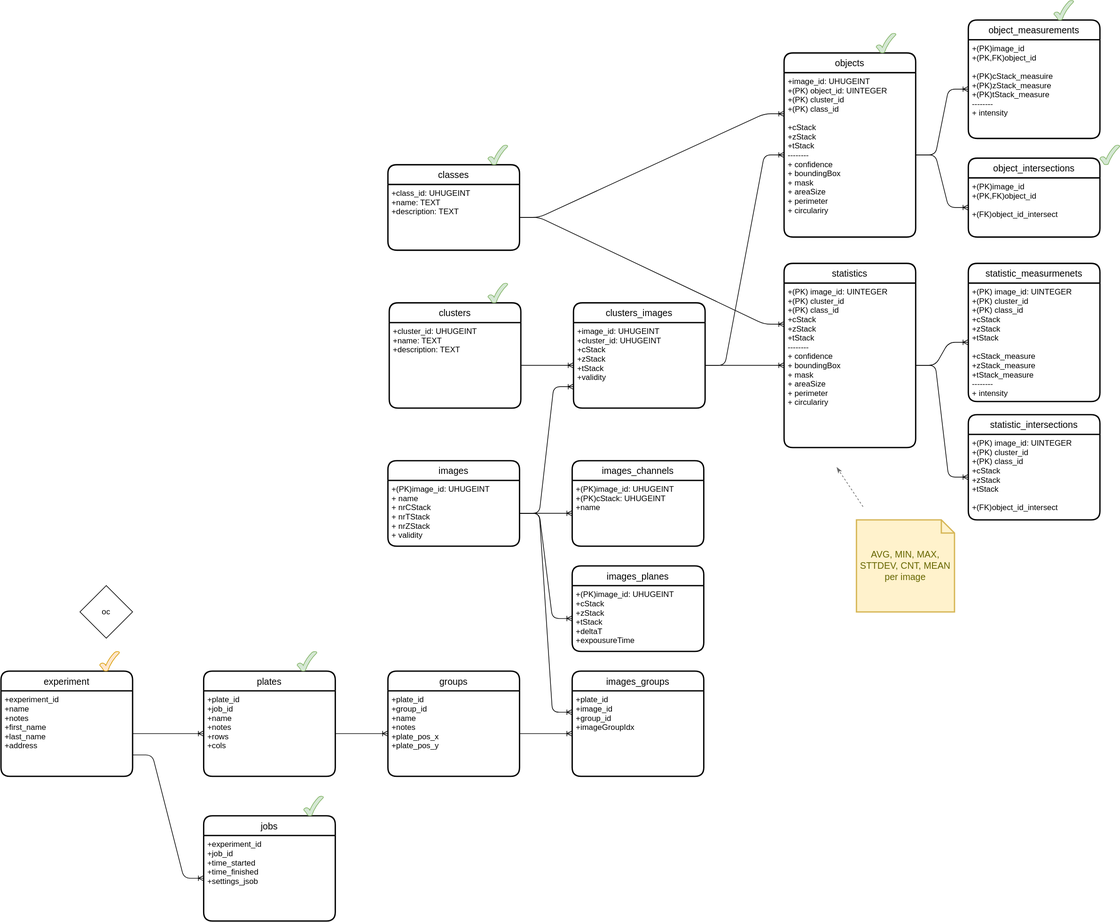
Above: doc/database_schema_new.drawio.svg in joda01/imagec (draw.io), before the change. Source tidied: cells renumbered, new cells last; positions are measured from the earlier drawing's top-left corner, leaving out a move shared by most shapes.
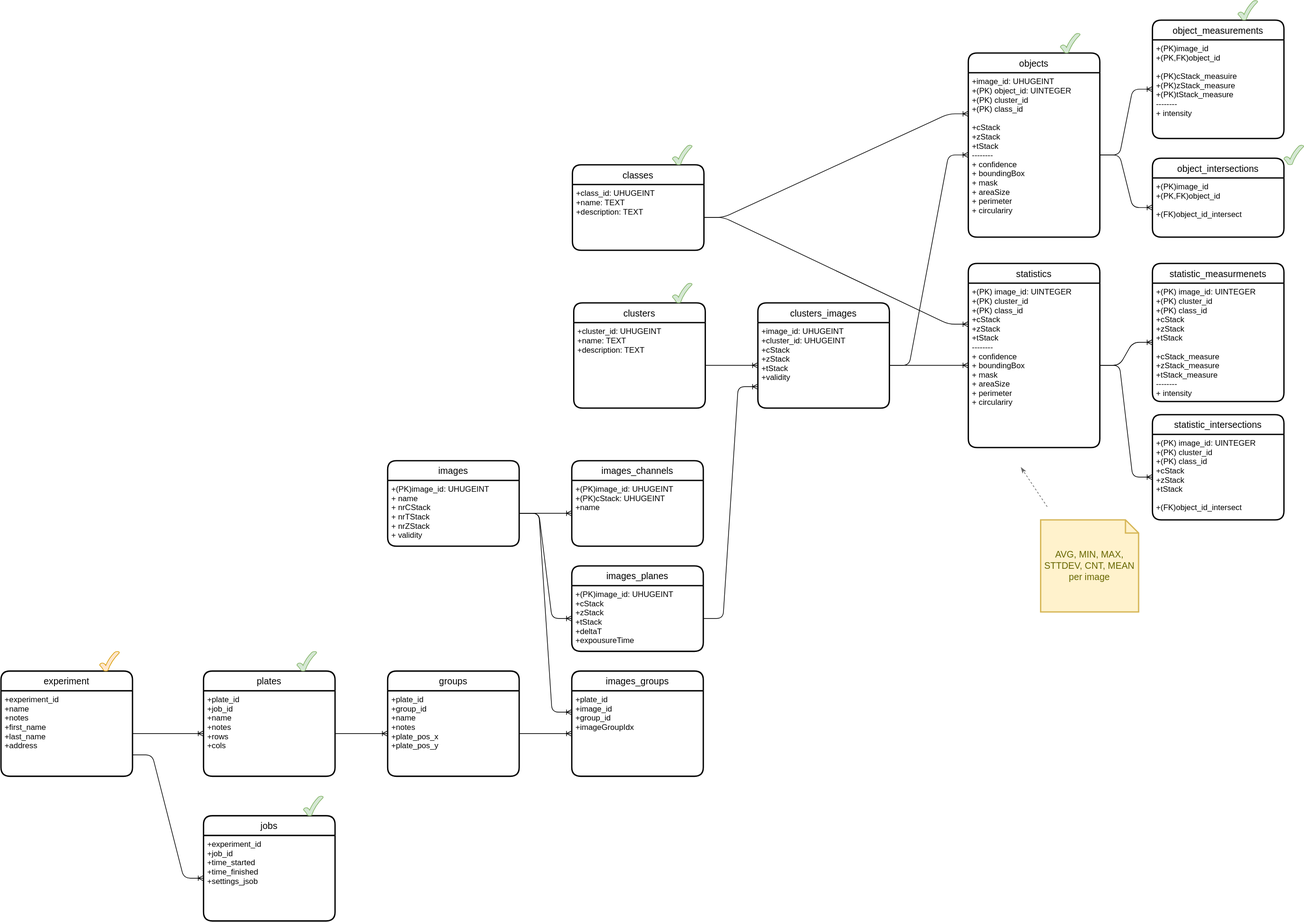
Above is the later version.

Change to the diagram source:
```diff
@@ -3,7 +3,7 @@
     <mxCell id="0" />
     <mxCell id="1" parent="0" />
     <mxCell id="2" value="images" style="swimlane;horizontal=1;startSize=30;rounded=1;fontSize=14;fontStyle=0;strokeWidth=2;shadow=0;dashed=0;align=center;" parent="1" vertex="1">
-      <mxGeometry x="588" y="700" width="200" height="130" as="geometry" />
+      <mxGeometry x="307" y="700" width="200" height="130" as="geometry" />
     </mxCell>
     <mxCell id="3" value="+(PK)image_id: UHUGEINT&#10;+ name&#10;+ nrCStack&#10;+ nrTStack&#10;+ nrZStack&#10;+ validity" style="align=left;strokeColor=none;fillColor=none;spacingLeft=4;fontSize=12;verticalAlign=top;" parent="2" vertex="1">
       <mxGeometry y="30" width="200" height="100" as="geometry" />
@@ -45,7 +45,7 @@
       <mxGeometry relative="1" as="geometry" />
     </mxCell>
     <mxCell id="16" value="images_channels" style="swimlane;horizontal=1;startSize=30;rounded=1;fontSize=14;fontStyle=0;strokeWidth=2;shadow=0;dashed=0;align=center;" parent="1" vertex="1">
-      <mxGeometry x="868" y="700" width="200" height="130" as="geometry" />
+      <mxGeometry x="587" y="700" width="200" height="130" as="geometry" />
     </mxCell>
     <mxCell id="17" value="+(PK)image_id: UHUGEINT&#10;+(PK)cStack: UHUGEINT&#10;+name" style="align=left;strokeColor=none;fillColor=none;spacingLeft=4;fontSize=12;verticalAlign=top;" parent="16" vertex="1">
       <mxGeometry y="30" width="200" height="100" as="geometry" />
@@ -54,7 +54,7 @@
       <mxGeometry relative="1" as="geometry" />
     </mxCell>
     <mxCell id="19" value="images_planes" style="swimlane;horizontal=1;startSize=30;rounded=1;fontSize=14;fontStyle=0;strokeWidth=2;shadow=0;dashed=0;align=center;" parent="1" vertex="1">
-      <mxGeometry x="868" y="860" width="200" height="130" as="geometry" />
+      <mxGeometry x="587" y="860" width="200" height="130" as="geometry" />
     </mxCell>
     <mxCell id="20" value="+(PK)image_id: UHUGEINT&#10;+cStack&#10;+zStack&#10;+tStack&#10;+deltaT&#10;+expousureTime" style="align=left;strokeColor=none;fillColor=none;spacingLeft=4;fontSize=12;verticalAlign=top;" parent="19" vertex="1">
       <mxGeometry y="30" width="200" height="100" as="geometry" />
@@ -63,13 +63,13 @@
       <mxGeometry relative="1" as="geometry" />
     </mxCell>
     <mxCell id="22" value="groups" style="swimlane;horizontal=1;startSize=30;rounded=1;fontSize=14;fontStyle=0;strokeWidth=2;shadow=0;dashed=0;align=center;" parent="1" vertex="1">
-      <mxGeometry x="588" y="1020" width="200" height="160" as="geometry" />
+      <mxGeometry x="307" y="1020" width="200" height="160" as="geometry" />
     </mxCell>
     <mxCell id="23" value="+plate_id&#10;+group_id&#10;+name&#10;+notes&#10;+plate_pos_x&#10;+plate_pos_y" style="align=left;strokeColor=none;fillColor=none;spacingLeft=4;fontSize=12;verticalAlign=top;fontStyle=0;" parent="22" vertex="1">
       <mxGeometry y="30" width="200" height="130" as="geometry" />
     </mxCell>
     <mxCell id="24" value="images_groups" style="swimlane;horizontal=1;startSize=30;rounded=1;fontSize=14;fontStyle=0;strokeWidth=2;shadow=0;dashed=0;align=center;" parent="1" vertex="1">
-      <mxGeometry x="868" y="1020" width="200" height="160" as="geometry" />
+      <mxGeometry x="587" y="1020" width="200" height="160" as="geometry" />
     </mxCell>
     <mxCell id="25" value="+plate_id&#10;+image_id&#10;+group_id&#10;+imageGroupIdx" style="align=left;strokeColor=none;fillColor=none;spacingLeft=4;fontSize=12;verticalAlign=top;fontStyle=0;" parent="24" vertex="1">
       <mxGeometry y="30" width="200" height="130" as="geometry" />
@@ -96,7 +96,7 @@
       <mxGeometry relative="1" as="geometry" />
     </mxCell>
     <mxCell id="33" value="plates" style="swimlane;horizontal=1;startSize=30;rounded=1;fontSize=14;fontStyle=0;strokeWidth=2;shadow=0;dashed=0;align=center;" parent="1" vertex="1">
-      <mxGeometry x="308" y="1020" width="200" height="160" as="geometry" />
+      <mxGeometry x="27" y="1020" width="200" height="160" as="geometry" />
     </mxCell>
     <mxCell id="34" value="+plate_id&#10;+job_id&#10;+name&#10;+notes&#10;+rows&#10;+cols" style="align=left;strokeColor=none;fillColor=none;spacingLeft=4;fontSize=12;verticalAlign=top;fontStyle=0;" parent="33" vertex="1">
       <mxGeometry y="30" width="200" height="130" as="geometry" />
@@ -110,7 +110,7 @@
     <mxCell id="37" style="edgeStyle=entityRelationEdgeStyle;fontSize=12;html=1;endArrow=ERoneToMany;exitX=1;exitY=0.5;exitDx=0;exitDy=0;entryX=0;entryY=0.5;entryDx=0;entryDy=0;" parent="1" edge="1" source="14" target="29">
       <mxGeometry relative="1" as="geometry" />
     </mxCell>
-    <mxCell id="38" style="edgeStyle=entityRelationEdgeStyle;fontSize=12;html=1;endArrow=ERoneToMany;exitX=1;exitY=0.5;exitDx=0;exitDy=0;entryX=0;entryY=0.75;entryDx=0;entryDy=0;" parent="1" edge="1" source="3" target="14">
+    <mxCell id="38" style="edgeStyle=entityRelationEdgeStyle;fontSize=12;html=1;endArrow=ERoneToMany;exitX=1;exitY=0.5;exitDx=0;exitDy=0;entryX=0;entryY=0.75;entryDx=0;entryDy=0;" parent="1" edge="1" source="20" target="14">
       <mxGeometry relative="1" as="geometry" />
     </mxCell>
     <mxCell id="39" style="edgeStyle=entityRelationEdgeStyle;fontSize=12;html=1;endArrow=ERoneToMany;exitX=1;exitY=0.5;exitDx=0;exitDy=0;entryX=0;entryY=0.25;entryDx=0;entryDy=0;" parent="1" edge="1" source="12" target="29">
@@ -147,7 +147,7 @@
       <mxGeometry relative="1" as="geometry" />
     </mxCell>
     <mxCell id="49" value="experiment" style="swimlane;horizontal=1;startSize=30;rounded=1;fontSize=14;fontStyle=0;strokeWidth=2;shadow=0;dashed=0;align=center;" parent="1" vertex="1">
-      <mxGeometry y="1020" width="200" height="160" as="geometry" />
+      <mxGeometry x="-281" y="1020" width="200" height="160" as="geometry" />
     </mxCell>
     <mxCell id="50" value="+experiment_id&#10;+name&#10;+notes&#10;+first_name&#10;+last_name&#10;+address" style="align=left;strokeColor=none;fillColor=none;spacingLeft=4;fontSize=12;verticalAlign=top;fontStyle=0;" parent="49" vertex="1">
       <mxGeometry y="30" width="200" height="130" as="geometry" />
@@ -156,7 +156,7 @@
       <mxGeometry relative="1" as="geometry" />
     </mxCell>
     <mxCell id="52" value="jobs" style="swimlane;horizontal=1;startSize=30;rounded=1;fontSize=14;fontStyle=0;strokeWidth=2;shadow=0;dashed=0;align=center;" parent="1" vertex="1">
-      <mxGeometry x="308" y="1240" width="200" height="160" as="geometry" />
+      <mxGeometry x="27" y="1240" width="200" height="160" as="geometry" />
     </mxCell>
     <mxCell id="53" value="+experiment_id&#10;+job_id&#10;+time_started&#10;+time_finished&#10;+settings_jsob" style="align=left;strokeColor=none;fillColor=none;spacingLeft=4;fontSize=12;verticalAlign=top;fontStyle=0;" parent="52" vertex="1">
       <mxGeometry y="30" width="200" height="130" as="geometry" />
@@ -165,10 +165,10 @@
       <mxGeometry relative="1" as="geometry" />
     </mxCell>
     <mxCell id="55" style="verticalLabelPosition=bottom;verticalAlign=top;html=1;shape=mxgraph.basic.tick;fillColor=#d5e8d4;strokeColor=#82b366;" parent="1" vertex="1">
-      <mxGeometry x="450" y="990" width="30" height="30" as="geometry" />
+      <mxGeometry x="169" y="990" width="30" height="30" as="geometry" />
     </mxCell>
     <mxCell id="56" style="verticalLabelPosition=bottom;verticalAlign=top;html=1;shape=mxgraph.basic.tick;fillColor=#d5e8d4;strokeColor=#82b366;" parent="1" vertex="1">
-      <mxGeometry x="460" y="1210" width="30" height="30" as="geometry" />
+      <mxGeometry x="179" y="1210" width="30" height="30" as="geometry" />
     </mxCell>
     <mxCell id="57" style="verticalLabelPosition=bottom;verticalAlign=top;html=1;shape=mxgraph.basic.tick;fillColor=#d5e8d4;strokeColor=#82b366;" parent="1" vertex="1">
       <mxGeometry x="740" y="220" width="30" height="30" as="geometry" />
@@ -186,10 +186,7 @@
       <mxGeometry x="1670" y="220" width="30" height="30" as="geometry" />
     </mxCell>
     <mxCell id="62" style="verticalLabelPosition=bottom;verticalAlign=top;html=1;shape=mxgraph.basic.tick;fillColor=#ffe6cc;strokeColor=#d79b00;" parent="1" vertex="1">
-      <mxGeometry x="150" y="990" width="30" height="30" as="geometry" />
+      <mxGeometry x="-131" y="990" width="30" height="30" as="geometry" />
     </mxCell>
-    <mxCell id="63" value="oc" style="rhombus;whiteSpace=wrap;html=1;" parent="1" vertex="1">
-      <mxGeometry x="120" y="890" width="80" height="80" as="geometry" />
-    </mxCell>
   </root>
 </mxGraphModel>
```
